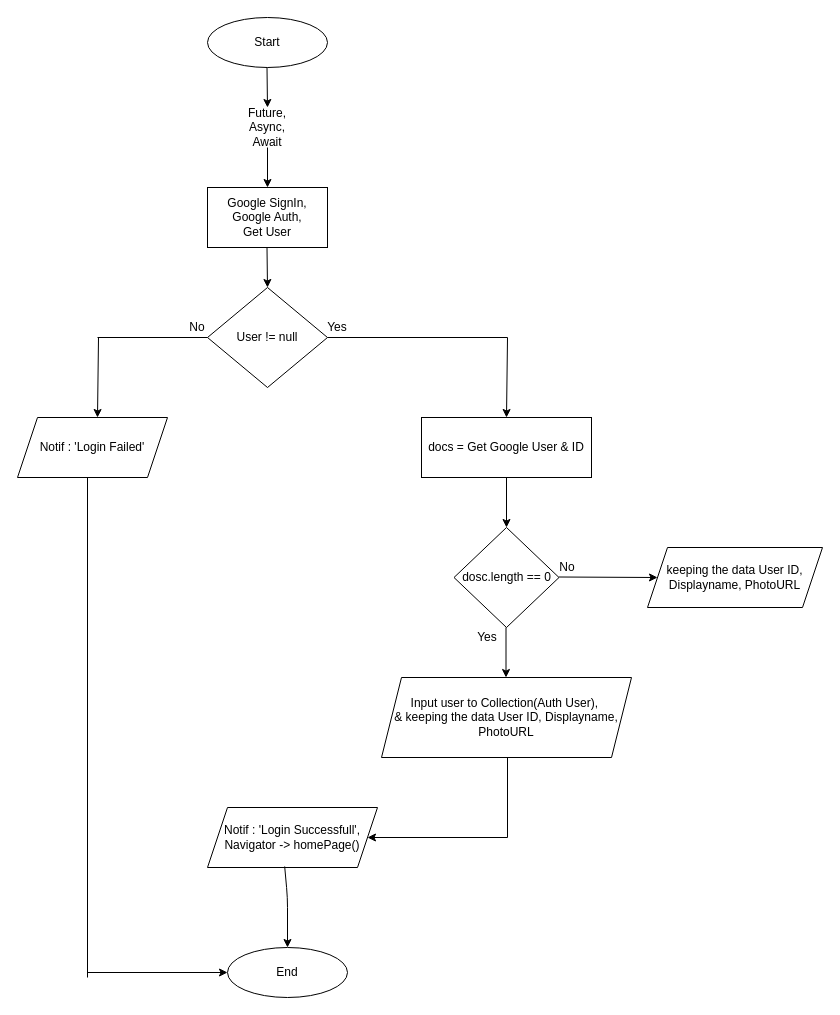
Before: flow_backend.drawio in ambigo7/flutter_Ecommerce, a draw.io diagram. Source tidied: cells renumbered, new cells numbered last; positions are measured from the earlier drawing's top-left corner, leaving out a move shared by most shapes. Both pictures are drawn from the tidied source at 100%, with x=0, y=0 at pixel (17, 17).
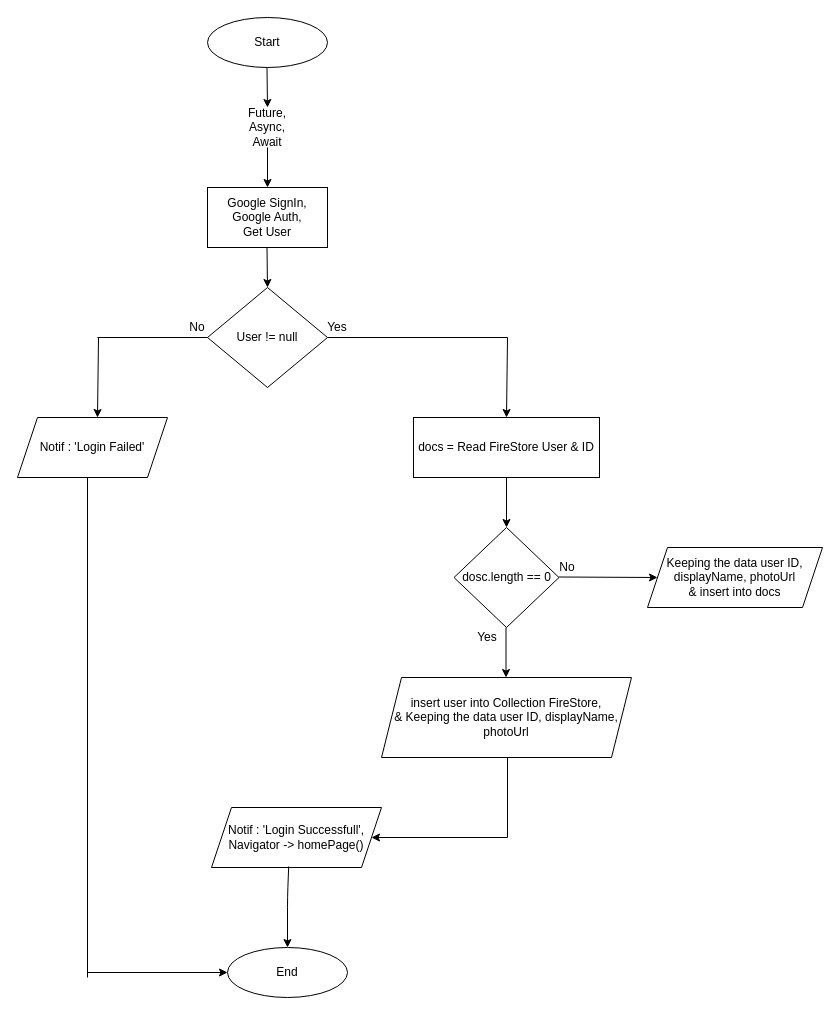
After the change.

Commit message (it also covers changes not shown here):
v1.0.7(Success SignIn with Google but dont have event logout and many bugs in here)

Change to the diagram source:
```diff
@@
-    <mxCell id="3" value="docs = Get Google User &amp;amp; ID" style="rounded=0;whiteSpace=wrap;html=1;" parent="1" vertex="1">
-      <mxGeometry x="404" y="400" width="170" height="60" as="geometry" />
+    <mxCell id="3" value="docs = Read FireStore User &amp; ID" style="rounded=0;whiteSpace=wrap;html=1;" parent="1" vertex="1">
+      <mxGeometry x="396" y="400" width="186" height="60" as="geometry" />
     </mxCell>
@@
-    <mxCell id="5" value="Input user to Collection(Auth User), &#10;&amp; keeping the data User ID, Displayname, PhotoURL" style="shape=parallelogram;perimeter=parallelogramPerimeter;whiteSpace=wrap;html=1;fixedSize=1;" parent="1" vertex="1">
+    <mxCell id="5" value="insert user into Collection FireStore,&#10;&amp; Keeping the data user ID, displayName, photoUrl" style="shape=parallelogram;perimeter=parallelogramPerimeter;whiteSpace=wrap;html=1;fixedSize=1;" parent="1" vertex="1">
       <mxGeometry x="364" y="660" width="250" height="80" as="geometry" />
     </mxCell>
-    <mxCell id="6" value="keeping the data User ID, Displayname, PhotoURL" style="shape=parallelogram;perimeter=parallelogramPerimeter;whiteSpace=wrap;html=1;fixedSize=1;" parent="1" vertex="1">
+    <mxCell id="6" value="Keeping the data user ID, displayName, photoUrl&#10;&amp; insert into docs" style="shape=parallelogram;perimeter=parallelogramPerimeter;whiteSpace=wrap;html=1;fixedSize=1;" parent="1" vertex="1">
       <mxGeometry x="630" y="530" width="175" height="60" as="geometry" />
     </mxCell>
@@
     <mxCell id="21" value="Notif : 'Login Successfull',&lt;br&gt;Navigator -&amp;gt; homePage()" style="shape=parallelogram;perimeter=parallelogramPerimeter;whiteSpace=wrap;html=1;fixedSize=1;" parent="1" vertex="1">
-      <mxGeometry x="190" y="790" width="170" height="60" as="geometry" />
+      <mxGeometry x="194" y="790" width="170" height="60" as="geometry" />
     </mxCell>
```
